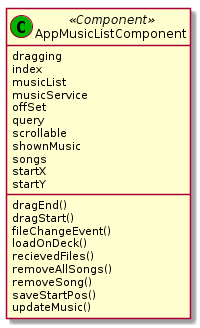
This is out/doc/classes/AppMusicListComponent.png from clm2609/VirtualDJ, a PlantUML export, as it was before one commit.
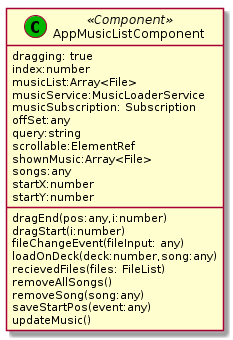
After the change.

Diff of the diagram source:
```diff
@@ -1,24 +1,25 @@
 @startuml AppMusicListComponent
 class "AppMusicListComponent" as musicList <<(C,#00b500) Component>>{
-    dragging
-    index
-    musicList
-    musicService
-    offSet
-    query
-    scrollable
-    shownMusic
-    songs
-    startX
-    startY
-    dragEnd()
-    dragStart()
-    fileChangeEvent()
-    loadOnDeck()
-    recievedFiles()
+    dragging: true
+    index:number
+    musicList:Array<File>
+    musicService:MusicLoaderService
+    musicSubscription: Subscription
+    offSet:any
+    query:string
+    scrollable:ElementRef
+    shownMusic:Array<File>
+    songs:any
+    startX:number
+    startY:number
+    dragEnd(pos:any,i:number)
+    dragStart(i:number)
+    fileChangeEvent(fileInput: any)
+    loadOnDeck(deck:number,song:any)
+    recievedFiles(files: FileList)
     removeAllSongs()
-    removeSong()
-    saveStartPos()
+    removeSong(song:any)
+    saveStartPos(event:any)
     updateMusic()
 }
 @enduml
```
